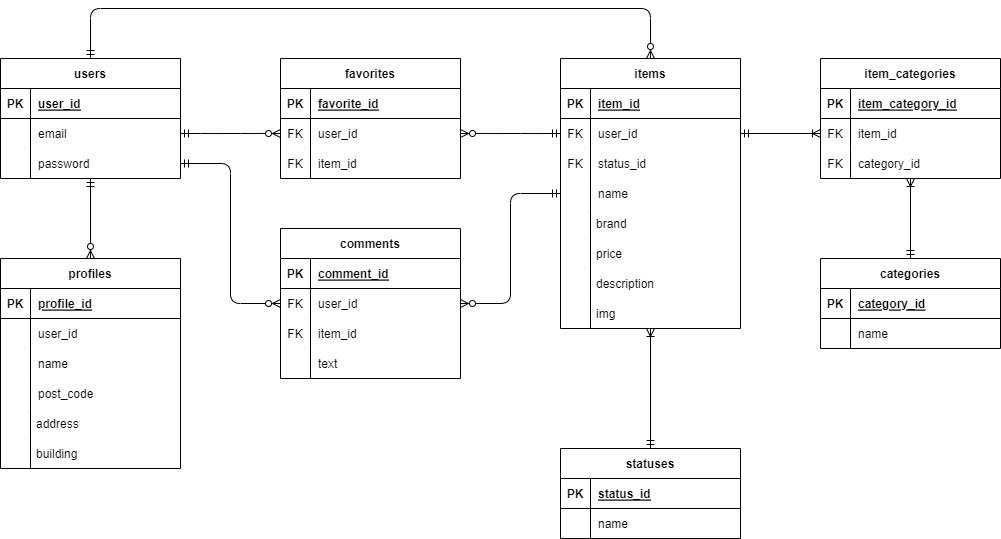
This is market/market.drawio.png from nakagawa1573/images, a draw.io export, as it was before one commit. Source tidied: cells renumbered, new cells last; positions are measured from the earlier drawing's top-left corner, leaving out a move shared by most shapes.
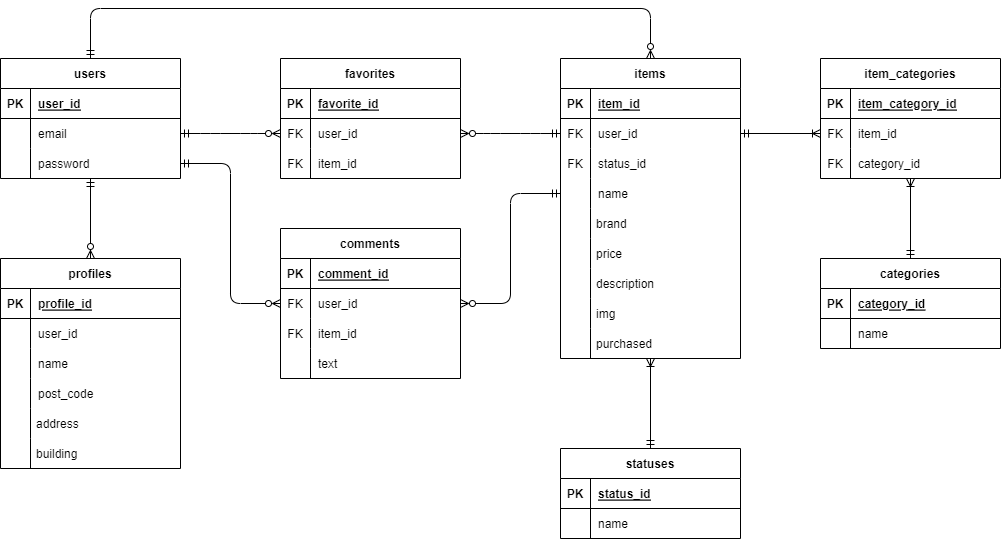
Above is the later version.

Change to the diagram source:
```diff
@@ -39,10 +39,10 @@
       <mxGeometry x="30" width="150" height="30" as="geometry" />
     </mxCell>
     <mxCell id="14" style="group;" parent="1" vertex="1">
-      <mxGeometry x="560" y="50" width="180" height="280" as="geometry" />
+      <mxGeometry x="560" y="50" width="180" height="310" as="geometry" />
     </mxCell>
     <mxCell id="15" value="items" style="shape=table;startSize=30;rowLines=0;fontStyle=1;align=center;" parent="14" vertex="1">
-      <mxGeometry width="180" height="270" as="geometry" />
+      <mxGeometry width="180" height="300" as="geometry" />
     </mxCell>
     <mxCell id="16" style="shape=tableRow;horizontal=0;startSize=0;swimlaneHead=0;swimlaneBody=0;fillColor=none;top=0;left=0;right=0;bottom=1;" parent="15" vertex="1">
       <mxGeometry y="30" width="180" height="30" as="geometry" />
@@ -104,6 +104,12 @@
     <mxCell id="35" style="shape=partialRectangle;top=0;left=0;bottom=0;fillColor=none;stokeWidth=1;align=left;verticalAlign=middle;spacingLeft=4;spacingRight=4;overflow=hidden;" parent="34" vertex="1">
       <mxGeometry width="30" height="30" as="geometry" />
     </mxCell>
+    <mxCell id="110" value="purchased" style="shape=partialRectangle;fillColor=none;align=left;verticalAlign=middle;strokeColor=none;spacingLeft=34;" parent="14" vertex="1">
+      <mxGeometry y="270" width="180" height="30" as="geometry" />
+    </mxCell>
+    <mxCell id="111" style="shape=partialRectangle;top=0;left=0;bottom=0;fillColor=none;stokeWidth=1;align=left;verticalAlign=middle;spacingLeft=4;spacingRight=4;overflow=hidden;" parent="110" vertex="1">
+      <mxGeometry width="30" height="30" as="geometry" />
+    </mxCell>
     <mxCell id="36" value="item_categories" style="shape=table;startSize=30;rowLines=0;fontStyle=1;align=center;" parent="1" vertex="1">
       <mxGeometry x="820" y="50" width="180" height="120" as="geometry" />
     </mxCell>
@@ -283,7 +289,7 @@
     <mxCell id="89" value="name" style="shape=partialRectangle;fillColor=none;top=0;left=0;bottom=0;right=0;align=left;spacingLeft=6;overflow=hidden;" parent="87" vertex="1">
       <mxGeometry x="30" width="150" height="30" as="geometry" />
     </mxCell>
-    <mxCell id="90" style="fontSize=12;html=1;endArrow=ERoneToMany;endFill=0;exitX=0.5;exitY=0;exitDx=0;exitDy=0;startArrow=ERmandOne;startFill=0;" parent="1" edge="1" source="83" target="34">
+    <mxCell id="90" style="fontSize=12;html=1;endArrow=ERoneToMany;endFill=0;exitX=0.5;exitY=0;exitDx=0;exitDy=0;startArrow=ERmandOne;startFill=0;entryX=0.5;entryY=1;entryDx=0;entryDy=0;" parent="1" edge="1" source="83" target="15">
       <mxGeometry relative="1" as="geometry" />
     </mxCell>
     <mxCell id="91" style="group;" parent="1" vertex="1">
```
